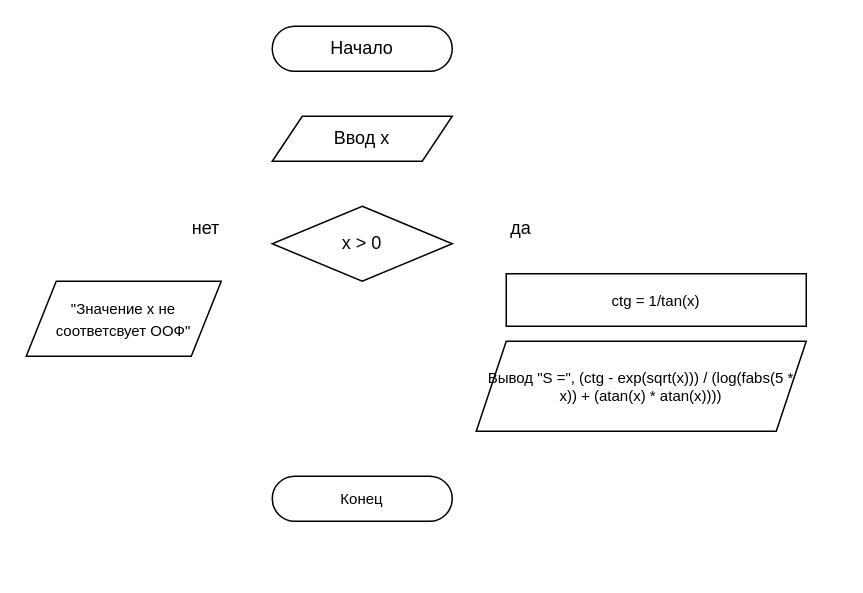
The draw.io diagram page "EX_2" (2 of 9) of Диаграмма без названия.drawio in mrkrein/Voenmeh, before the edit. Source tidied: cells renumbered, new cells numbered last; positions are measured from the earlier drawing's top-left corner, leaving out a move shared by most shapes. Both pictures are drawn from the tidied source at 150%, with x=0, y=0 at pixel (26, 26).
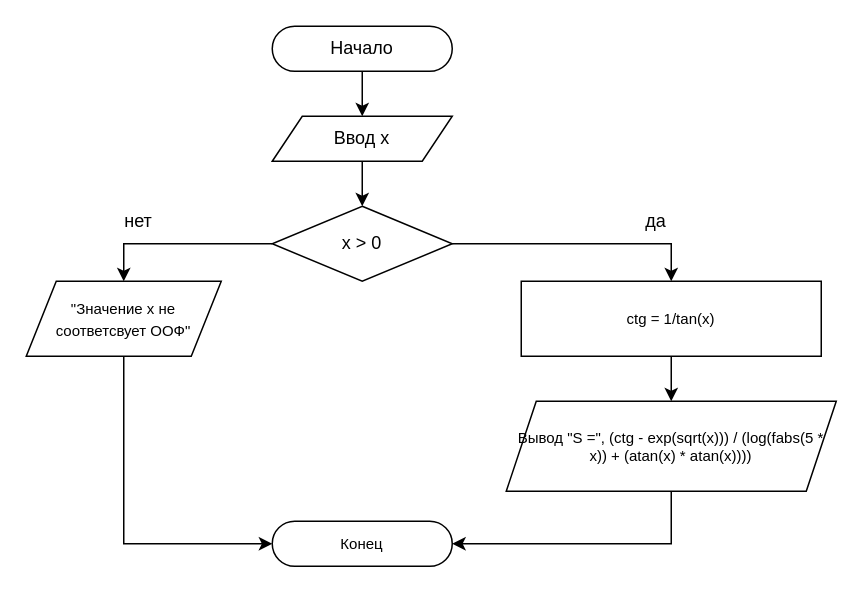
The same diagram, later.

The change refers to these unchanged cells:
```xml
<mxCell id="2" value="Начало" style="rounded=1;whiteSpace=wrap;html=1;arcSize=50;" parent="1" vertex="1">
  <mxGeometry x="164" width="120" height="30" as="geometry" />
</mxCell>
<mxCell id="3" value="Ввод x" style="shape=parallelogram;perimeter=parallelogramPerimeter;whiteSpace=wrap;html=1;fixedSize=1;" parent="1" vertex="1">
  <mxGeometry x="164" y="60" width="120" height="30" as="geometry" />
</mxCell>
<mxCell id="4" value="x &amp;gt; 0" style="rhombus;whiteSpace=wrap;html=1;" parent="1" vertex="1">
  <mxGeometry x="164" y="120" width="120" height="50" as="geometry" />
</mxCell>
<mxCell id="7" value="&lt;font style=&quot;font-size: 10px;&quot;&gt;&quot;Значение x не соответсвует ООФ&quot;&lt;/font&gt;" style="shape=parallelogram;perimeter=parallelogramPerimeter;whiteSpace=wrap;html=1;fixedSize=1;" parent="1" vertex="1">
  <mxGeometry y="170" width="130" height="50" as="geometry" />
</mxCell>
```

What changed in the source:
```diff
@@
     <mxCell id="5" value="да" style="text;html=1;strokeColor=none;fillColor=none;align=center;verticalAlign=middle;whiteSpace=wrap;rounded=0;" parent="1" vertex="1">
-      <mxGeometry x="300" y="120" width="60" height="30" as="geometry" />
+      <mxGeometry x="405" y="120" width="30" height="20" as="geometry" />
     </mxCell>
     <mxCell id="6" value="нет" style="text;html=1;strokeColor=none;fillColor=none;align=center;verticalAlign=middle;whiteSpace=wrap;rounded=0;" parent="1" vertex="1">
-      <mxGeometry x="90" y="120" width="60" height="30" as="geometry" />
+      <mxGeometry x="60" y="120" width="30" height="20" as="geometry" />
     </mxCell>
@@
     <mxCell id="8" value="ctg = 1/tan(x)" style="rounded=0;whiteSpace=wrap;html=1;fontSize=10;" parent="1" vertex="1">
-      <mxGeometry x="320" y="165" width="200" height="35" as="geometry" />
+      <mxGeometry x="330" y="170" width="200" height="50" as="geometry" />
     </mxCell>
     <mxCell id="9" value="Вывод &quot;S =&quot;, (ctg - exp(sqrt(x))) / (log(fabs(5 * x)) + (atan(x) * atan(x))))" style="shape=parallelogram;perimeter=parallelogramPerimeter;whiteSpace=wrap;html=1;fixedSize=1;fontSize=10;" parent="1" vertex="1">
-      <mxGeometry x="300" y="210" width="220" height="60" as="geometry" />
+      <mxGeometry x="320" y="250" width="220" height="60" as="geometry" />
     </mxCell>
     <mxCell id="10" value="Конец" style="rounded=1;whiteSpace=wrap;html=1;fontSize=10;arcSize=50;" parent="1" vertex="1">
-      <mxGeometry x="164" y="300" width="120" height="30" as="geometry" />
+      <mxGeometry x="164" y="330" width="120" height="30" as="geometry" />
     </mxCell>
+    <mxCell id="11" style="endArrow=classic;html=1;rounded=0;fontSize=10;exitX=0.5;exitY=1;exitDx=0;exitDy=0;entryX=0.5;entryY=0;entryDx=0;entryDy=0;" parent="1" edge="1" source="2" target="3">
+      <mxGeometry relative="1" as="geometry" />
+    </mxCell>
+    <mxCell id="12" style="endArrow=classic;html=1;rounded=0;fontSize=10;exitX=0.5;exitY=1;exitDx=0;exitDy=0;" parent="1" edge="1" source="3" target="4">
+      <mxGeometry relative="1" as="geometry" />
+    </mxCell>
+    <mxCell id="13" style="endArrow=classic;html=1;rounded=0;fontSize=10;exitX=1;exitY=0.5;exitDx=0;exitDy=0;entryX=0.5;entryY=0;entryDx=0;entryDy=0;" parent="1" edge="1" source="4" target="8">
+      <mxGeometry relative="1" as="geometry">
+        <Array as="points">
+          <mxPoint x="430" y="145" />
+        </Array>
+      </mxGeometry>
+    </mxCell>
+    <mxCell id="14" style="endArrow=classic;html=1;rounded=0;fontSize=10;exitX=0;exitY=0.5;exitDx=0;exitDy=0;entryX=0.5;entryY=0;entryDx=0;entryDy=0;" parent="1" edge="1" source="4" target="7">
+      <mxGeometry relative="1" as="geometry">
+        <Array as="points">
+          <mxPoint x="65" y="145" />
+        </Array>
+      </mxGeometry>
+    </mxCell>
+    <mxCell id="15" style="endArrow=classic;html=1;rounded=0;fontSize=10;exitX=0.5;exitY=1;exitDx=0;exitDy=0;entryX=0.5;entryY=0;entryDx=0;entryDy=0;" parent="1" edge="1" source="8" target="9">
+      <mxGeometry relative="1" as="geometry" />
+    </mxCell>
+    <mxCell id="16" style="endArrow=classic;html=1;rounded=0;fontSize=10;exitX=0.5;exitY=1;exitDx=0;exitDy=0;entryX=0;entryY=0.5;entryDx=0;entryDy=0;" parent="1" edge="1" source="7" target="10">
+      <mxGeometry relative="1" as="geometry">
+        <Array as="points">
+          <mxPoint x="65" y="345" />
+        </Array>
+      </mxGeometry>
+    </mxCell>
+    <mxCell id="17" style="endArrow=classic;html=1;rounded=0;fontSize=10;exitX=0.5;exitY=1;exitDx=0;exitDy=0;entryX=1;entryY=0.5;entryDx=0;entryDy=0;" parent="1" edge="1" source="9" target="10">
+      <mxGeometry relative="1" as="geometry">
+        <Array as="points">
+          <mxPoint x="430" y="345" />
+        </Array>
+      </mxGeometry>
+    </mxCell>
```
